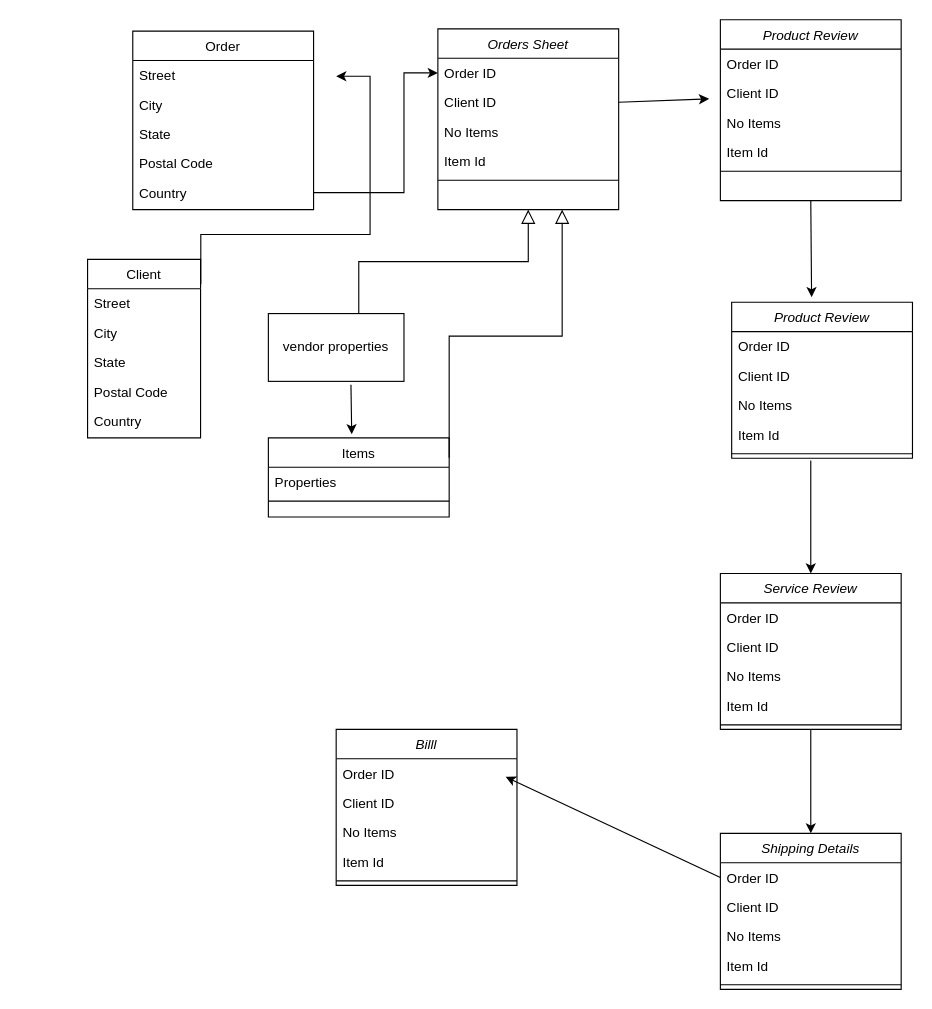
nlakshmirajasekhar/HospitalData keeps this draw.io diagram as Untitled Diagram.drawio. Above is the earlier version. Source tidied: cells renumbered, new cells numbered last; positions are measured from the earlier drawing's top-left corner, leaving out a move shared by most shapes. Both pictures are drawn from the tidied source at 113%, with x=0, y=0 at pixel (87, 19).
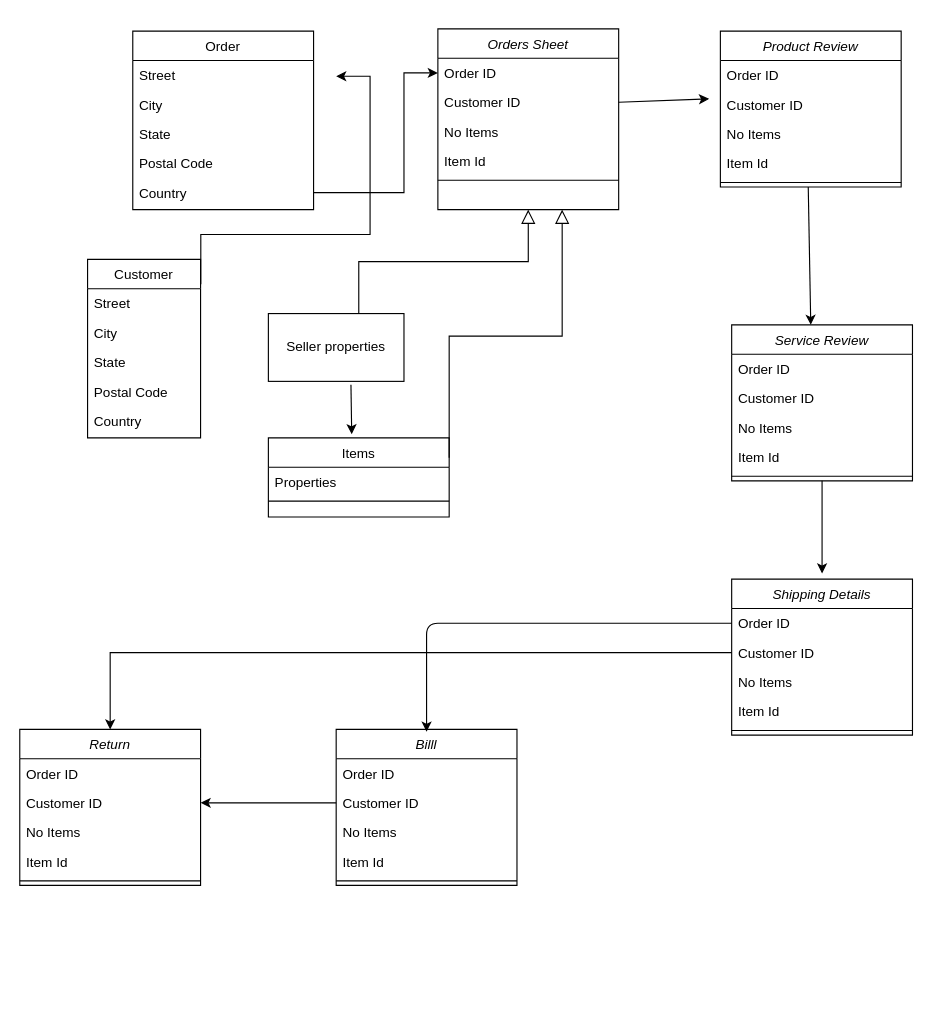
After the change.

Unchanged cells that the change refers to:
```xml
<mxCell id="2" value="Orders Sheet" style="swimlane;fontStyle=2;align=center;verticalAlign=top;horizontal=1;startSize=26;rounded=0;shadow=0;strokeWidth=1;" parent="1" vertex="1">
  <mxGeometry x="310" y="8" width="160" height="160" as="geometry" />
</mxCell>
<mxCell id="33" style="line;html=1;strokeWidth=1;align=left;verticalAlign=middle;spacingTop=-1;spacingLeft=3;spacingRight=3;labelPosition=right;points=[];portConstraint=eastwest;" parent="28" vertex="1">
  <mxGeometry y="130" width="160" height="8" as="geometry" />
</mxCell>
<mxCell id="43" value="Order ID" style="text;align=left;verticalAlign=top;spacingLeft=4;spacingRight=4;overflow=hidden;points=[[0,0.5],[1,0.5]];portConstraint=eastwest;" parent="42" vertex="1">
  <mxGeometry y="26" width="160" height="26" as="geometry" />
</mxCell>
<mxCell id="49" value="Billl" style="swimlane;fontStyle=2;align=center;verticalAlign=top;horizontal=1;startSize=26;rounded=0;shadow=0;strokeWidth=1;" parent="1" vertex="1">
  <mxGeometry x="220" y="628" width="160" height="138" as="geometry" />
</mxCell>
```

Change to the diagram source:
```diff
@@
-    <mxCell id="4" value="Client ID " style="text;align=left;verticalAlign=top;spacingLeft=4;spacingRight=4;overflow=hidden;points=[[0,0.5],[1,0.5]];portConstraint=eastwest;rounded=0;shadow=0;html=0;" parent="2" vertex="1">
+    <mxCell id="4" value="Customer ID " style="text;align=left;verticalAlign=top;spacingLeft=4;spacingRight=4;overflow=hidden;points=[[0,0.5],[1,0.5]];portConstraint=eastwest;rounded=0;shadow=0;html=0;" parent="2" vertex="1">
       <mxGeometry y="52" width="160" height="26" as="geometry" />
     </mxCell>
@@
-    <mxCell id="19" value="vendor properties" style="rounded=0;whiteSpace=wrap;html=1;" parent="1" vertex="1">
+    <mxCell id="19" value="Seller properties" style="rounded=0;whiteSpace=wrap;html=1;" parent="1" vertex="1">
       <mxGeometry x="160" y="260" width="120" height="60" as="geometry" />
     </mxCell>
@@
-    <mxCell id="21" value="Product Review" style="swimlane;fontStyle=2;align=center;verticalAlign=top;horizontal=1;startSize=26;rounded=0;shadow=0;strokeWidth=1;" parent="1" vertex="1">
-      <mxGeometry x="560" width="160" height="160" as="geometry" />
-    </mxCell>
-    <mxCell id="22" value="Order ID" style="text;align=left;verticalAlign=top;spacingLeft=4;spacingRight=4;overflow=hidden;" parent="21" vertex="1">
-      <mxGeometry y="26" width="160" height="26" as="geometry" />
-    </mxCell>
-    <mxCell id="23" value="Client ID " style="text;align=left;verticalAlign=top;spacingLeft=4;spacingRight=4;overflow=hidden;rounded=0;shadow=0;html=0;" parent="21" vertex="1">
-      <mxGeometry y="52" width="160" height="26" as="geometry" />
-    </mxCell>
-    <mxCell id="24" value="No Items" style="text;align=left;verticalAlign=top;spacingLeft=4;spacingRight=4;overflow=hidden;" parent="21" vertex="1">
-      <mxGeometry y="78" width="160" height="26" as="geometry" />
-    </mxCell>
-    <mxCell id="25" value="Item Id " style="text;align=left;verticalAlign=top;spacingLeft=4;spacingRight=4;overflow=hidden;rounded=0;shadow=0;html=0;" parent="21" vertex="1">
-      <mxGeometry y="104" width="160" height="26" as="geometry" />
-    </mxCell>
-    <mxCell id="26" style="line;html=1;strokeWidth=1;align=left;verticalAlign=middle;spacingTop=-1;spacingLeft=3;spacingRight=3;labelPosition=right;" parent="21" vertex="1">
-      <mxGeometry y="130" width="160" height="8" as="geometry" />
-    </mxCell>
@@
     <mxCell id="28" value="Product Review" style="swimlane;fontStyle=2;align=center;verticalAlign=top;horizontal=1;startSize=26;rounded=0;shadow=0;strokeWidth=1;" parent="1" vertex="1">
-      <mxGeometry x="570" y="250" width="160" height="138" as="geometry" />
+      <mxGeometry x="560" y="10" width="160" height="138" as="geometry" />
     </mxCell>
@@
-    <mxCell id="30" value="Client ID " style="text;align=left;verticalAlign=top;spacingLeft=4;spacingRight=4;overflow=hidden;rounded=0;shadow=0;html=0;" parent="28" vertex="1">
+    <mxCell id="30" value="Customer ID " style="text;align=left;verticalAlign=top;spacingLeft=4;spacingRight=4;overflow=hidden;rounded=0;shadow=0;html=0;" parent="28" vertex="1">
       <mxGeometry y="52" width="160" height="26" as="geometry" />
     </mxCell>
@@
-    <mxCell id="34" style="endArrow=classic;html=1;exitX=0.5;exitY=1;exitDx=0;exitDy=0;entryX=0.442;entryY=-0.033;entryDx=0;entryDy=0;entryPerimeter=0;" parent="1" edge="1" source="21" target="28">
-      <mxGeometry relative="1" as="geometry" />
-    </mxCell>
     <mxCell id="35" value="Service Review" style="swimlane;fontStyle=2;align=center;verticalAlign=top;horizontal=1;startSize=26;rounded=0;shadow=0;strokeWidth=1;" parent="1" vertex="1">
-      <mxGeometry x="560" y="490" width="160" height="138" as="geometry" />
+      <mxGeometry x="570" y="270" width="160" height="138" as="geometry" />
     </mxCell>
@@
-    <mxCell id="37" value="Client ID " style="text;align=left;verticalAlign=top;spacingLeft=4;spacingRight=4;overflow=hidden;rounded=0;shadow=0;html=0;" parent="35" vertex="1">
+    <mxCell id="37" value="Customer ID " style="text;align=left;verticalAlign=top;spacingLeft=4;spacingRight=4;overflow=hidden;rounded=0;shadow=0;html=0;" parent="35" vertex="1">
       <mxGeometry y="52" width="160" height="26" as="geometry" />
     </mxCell>
@@
-    <mxCell id="41" style="endArrow=classic;html=1;entryX=0.5;entryY=0;entryDx=0;entryDy=0;" parent="1" edge="1" target="35">
+    <mxCell id="41" style="endArrow=classic;html=1;exitX=0.486;exitY=0.991;exitDx=0;exitDy=0;exitPerimeter=0;" parent="1" edge="1" source="33">
       <mxGeometry relative="1" as="geometry">
-        <mxPoint x="640" y="390" as="sourcePoint" />
+        <mxPoint x="640" y="270" as="targetPoint" />
       </mxGeometry>
     </mxCell>
     <mxCell id="42" value="Shipping Details" style="swimlane;fontStyle=2;align=center;verticalAlign=top;horizontal=1;startSize=26;rounded=0;shadow=0;strokeWidth=1;" parent="1" vertex="1">
-      <mxGeometry x="560" y="720" width="160" height="138" as="geometry" />
+      <mxGeometry x="570" y="495" width="160" height="138" as="geometry" />
     </mxCell>
@@
-    <mxCell id="44" value="Client ID " style="text;align=left;verticalAlign=top;spacingLeft=4;spacingRight=4;overflow=hidden;points=[[0,0.5],[1,0.5]];portConstraint=eastwest;rounded=0;shadow=0;html=0;" parent="42" vertex="1">
+    <mxCell id="44" value="Customer ID " style="text;align=left;verticalAlign=top;spacingLeft=4;spacingRight=4;overflow=hidden;points=[[0,0.5],[1,0.5]];portConstraint=eastwest;rounded=0;shadow=0;html=0;" parent="42" vertex="1">
       <mxGeometry y="52" width="160" height="26" as="geometry" />
     </mxCell>
@@
-    <mxCell id="48" style="endArrow=classic;html=1;exitX=0.5;exitY=1;exitDx=0;exitDy=0;entryX=0.5;entryY=0;entryDx=0;entryDy=0;" parent="1" edge="1" source="35" target="42">
-      <mxGeometry relative="1" as="geometry" />
+    <mxCell id="48" style="endArrow=classic;html=1;exitX=0.5;exitY=1;exitDx=0;exitDy=0;" parent="1" edge="1" source="35">
+      <mxGeometry relative="1" as="geometry">
+        <mxPoint x="650" y="490" as="targetPoint" />
+      </mxGeometry>
     </mxCell>
@@
-    <mxCell id="51" value="Client ID " style="text;align=left;verticalAlign=top;spacingLeft=4;spacingRight=4;overflow=hidden;points=[[0,0.5],[1,0.5]];portConstraint=eastwest;rounded=0;shadow=0;html=0;" parent="49" vertex="1">
+    <mxCell id="51" value="Customer ID " style="text;align=left;verticalAlign=top;spacingLeft=4;spacingRight=4;overflow=hidden;points=[[0,0.5],[1,0.5]];portConstraint=eastwest;rounded=0;shadow=0;html=0;" parent="49" vertex="1">
       <mxGeometry y="52" width="160" height="26" as="geometry" />
     </mxCell>
@@
     <mxCell id="55" style="endArrow=classic;html=1;exitX=0;exitY=0.5;exitDx=0;exitDy=0;" parent="1" edge="1" source="43">
       <mxGeometry relative="1" as="geometry">
-        <mxPoint x="370" y="670" as="targetPoint" />
+        <mxPoint x="300" y="630" as="targetPoint" />
+        <Array as="points">
+          <mxPoint x="300" y="534" />
+        </Array>
       </mxGeometry>
     </mxCell>
-    <mxCell id="56" value="Client" style="swimlane;fontStyle=0;align=center;verticalAlign=top;horizontal=1;startSize=26;rounded=0;shadow=0;strokeWidth=1;" parent="1" vertex="1">
+    <mxCell id="56" value="Customer" style="swimlane;fontStyle=0;align=center;verticalAlign=top;horizontal=1;startSize=26;rounded=0;shadow=0;strokeWidth=1;" parent="1" vertex="1">
       <mxGeometry y="212" width="100" height="158" as="geometry" />
     </mxCell>
@@
+    <mxCell id="64" value="Return" style="swimlane;fontStyle=2;align=center;verticalAlign=top;horizontal=1;startSize=26;rounded=0;shadow=0;strokeWidth=1;" parent="1" vertex="1">
+      <mxGeometry x="-60" y="628" width="160" height="138" as="geometry" />
+    </mxCell>
+    <mxCell id="22" value="Order ID" style="text;align=left;verticalAlign=top;spacingLeft=4;spacingRight=4;overflow=hidden;" parent="64" vertex="1">
+      <mxGeometry y="26" width="160" height="26" as="geometry" />
+    </mxCell>
+    <mxCell id="65" value="Customer ID " style="text;align=left;verticalAlign=top;spacingLeft=4;spacingRight=4;overflow=hidden;points=[[0,0.5],[1,0.5]];portConstraint=eastwest;rounded=0;shadow=0;html=0;" parent="64" vertex="1">
+      <mxGeometry y="52" width="160" height="26" as="geometry" />
+    </mxCell>
+    <mxCell id="24" value="No Items" style="text;align=left;verticalAlign=top;spacingLeft=4;spacingRight=4;overflow=hidden;" parent="64" vertex="1">
+      <mxGeometry y="78" width="160" height="26" as="geometry" />
+    </mxCell>
+    <mxCell id="25" value="Item Id " style="text;align=left;verticalAlign=top;spacingLeft=4;spacingRight=4;overflow=hidden;rounded=0;shadow=0;html=0;" parent="64" vertex="1">
+      <mxGeometry y="104" width="160" height="26" as="geometry" />
+    </mxCell>
+    <mxCell id="26" style="line;html=1;strokeWidth=1;align=left;verticalAlign=middle;spacingTop=-1;spacingLeft=3;spacingRight=3;labelPosition=right;" parent="64" vertex="1">
+      <mxGeometry y="130" width="160" height="8" as="geometry" />
+    </mxCell>
+    <mxCell id="66" style="edgeStyle=orthogonalEdgeStyle;rounded=0;jettySize=auto;html=1;entryX=1;entryY=0.5;entryDx=0;entryDy=0;" parent="1" edge="1" source="51" target="65">
+      <mxGeometry relative="1" as="geometry" />
+    </mxCell>
+    <mxCell id="67" style="edgeStyle=orthogonalEdgeStyle;rounded=0;jettySize=auto;html=1;entryX=0.5;entryY=0;entryDx=0;entryDy=0;" parent="1" edge="1" source="44" target="64">
+      <mxGeometry relative="1" as="geometry" />
+    </mxCell>
```
